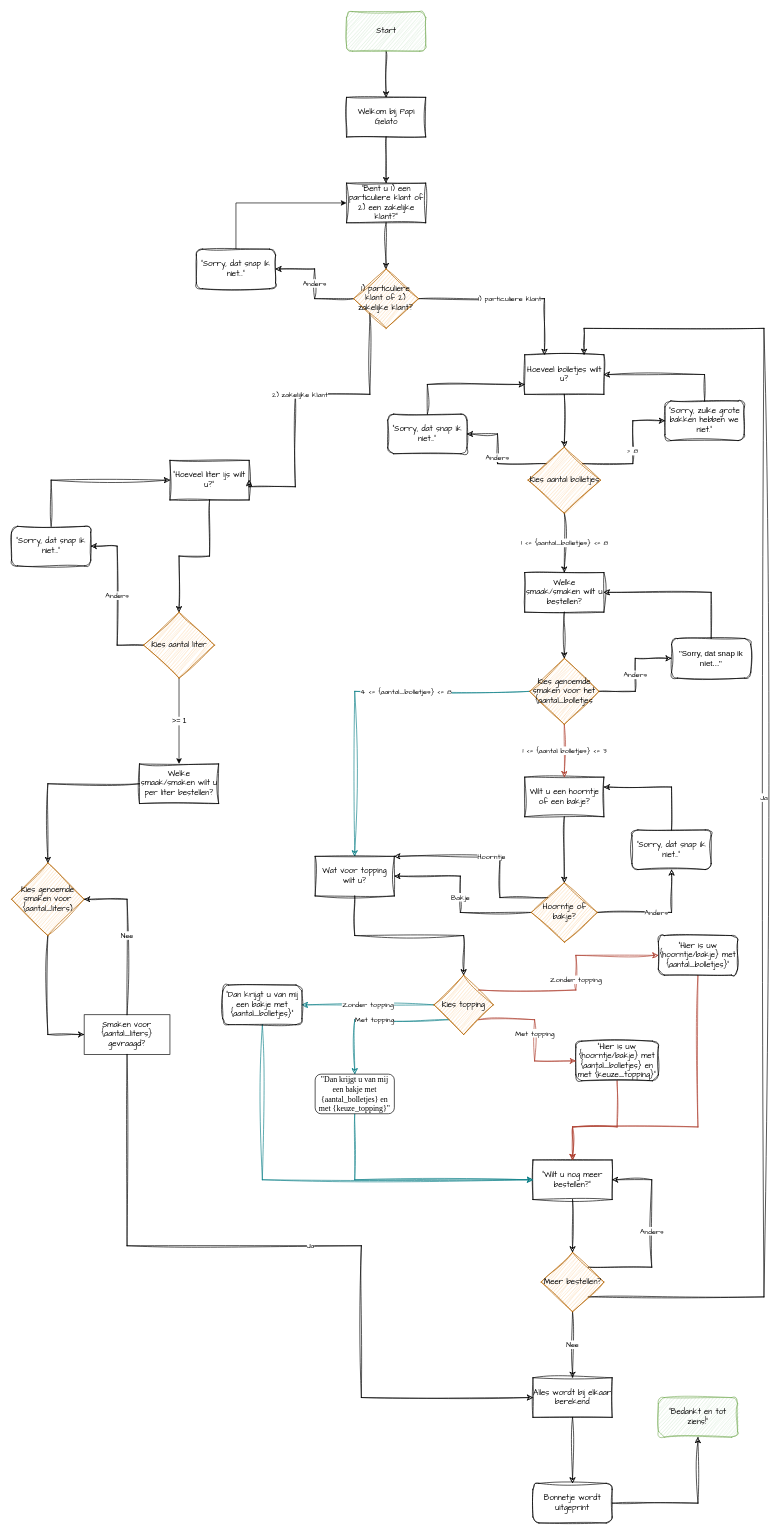
The draw.io diagram module 3/Proef/Proef - Diagram.drawio in SummerDallison/leren-programmeren, before the edit. Source tidied: cells renumbered, new cells numbered last; positions are measured from the earlier drawing's top-left corner, leaving out a move shared by most shapes. Both pictures are drawn from the tidied source at 66%, with x=0, y=0 at pixel (11, 11).
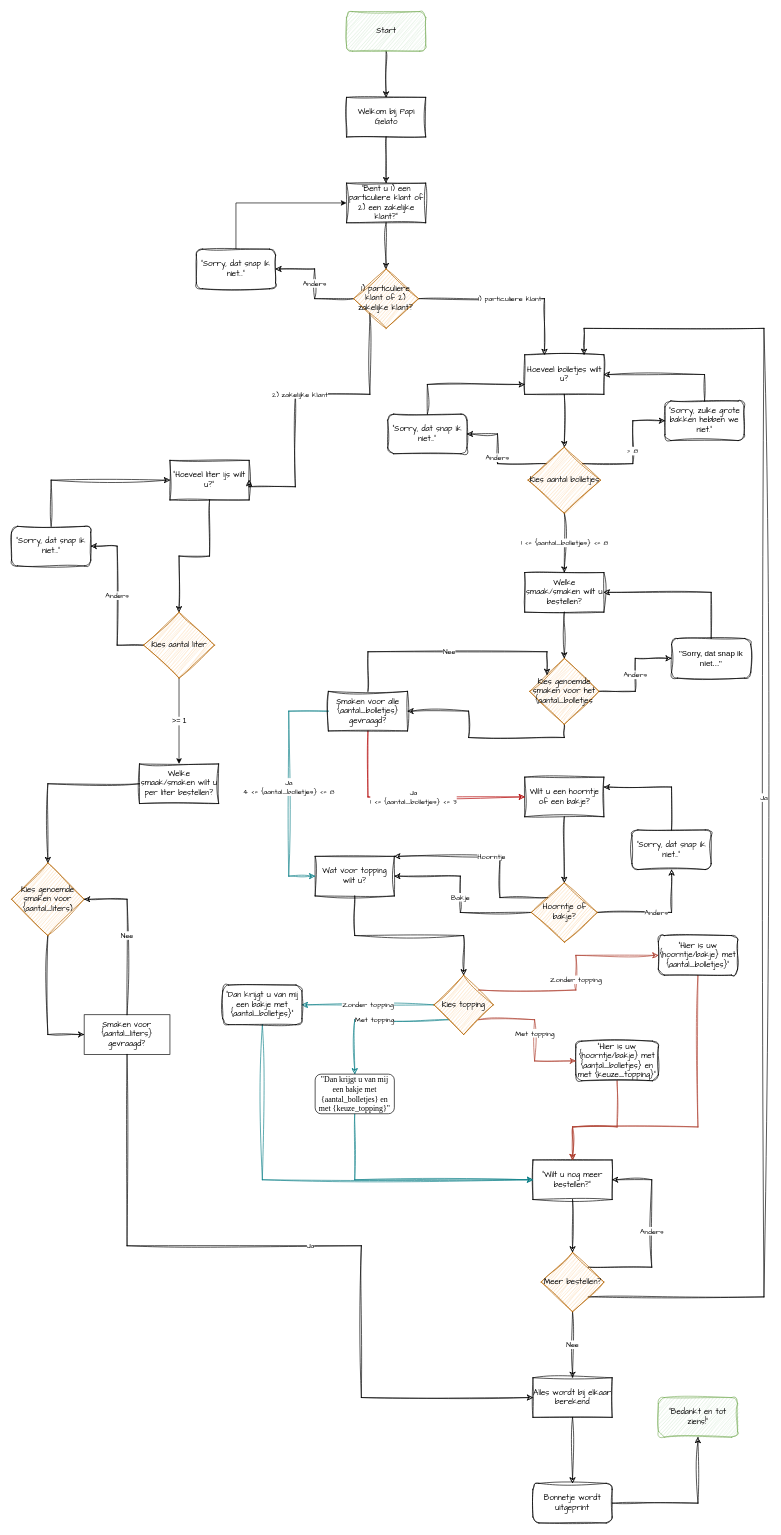
The same diagram, later.

Commit message:
Module 3, proef; Laatste wijzingen aan flowchart #1

The change refers to these unchanged cells:
```xml
<mxCell id="13" value="Wilt u een hoorntje of een bakje?" style="rounded=0;whiteSpace=wrap;html=1;fillColor=none;sketch=1;curveFitting=1;jiggle=2;fontFamily=Comic Sans MS;" parent="1" vertex="1">
  <mxGeometry x="777.5" y="1160" width="120" height="60" as="geometry" />
</mxCell>
<mxCell id="42" value="Kies genoemde smaken voor het {aantal_bolletjes" style="rhombus;whiteSpace=wrap;html=1;fillColor=#fad7ac;strokeColor=#b46504;sketch=1;curveFitting=1;jiggle=2;fontFamily=Comic Sans MS;" parent="1" vertex="1">
  <mxGeometry x="785" y="980" width="105" height="100" as="geometry" />
</mxCell>
<mxCell id="46" value="Wat voor topping wilt u?" style="rounded=0;whiteSpace=wrap;html=1;fillColor=none;sketch=1;curveFitting=1;jiggle=2;fontFamily=Comic Sans MS;" parent="1" vertex="1">
  <mxGeometry x="460" y="1280" width="120" height="60" as="geometry" />
</mxCell>
```

What changed in the source:
```diff
@@
-    <mxCell id="39" value="1 &amp;lt;= {aantal bolletjes} &amp;lt;= 3" style="edgeStyle=orthogonalEdgeStyle;rounded=0;jettySize=auto;html=1;exitX=0.5;exitY=1;exitDx=0;exitDy=0;entryX=0.5;entryY=0;entryDx=0;entryDy=0;fillColor=#fad9d5;strokeColor=#ae4132;align=center;fontFamily=Comic Sans MS;sketch=1;curveFitting=1;jiggle=2;" parent="1" edge="1" source="42" target="13">
-      <mxGeometry relative="1" as="geometry" />
-    </mxCell>
@@
-    <mxCell id="41" value="4 &amp;lt;= {aantal_bolletjes} &amp;lt;= 8" style="edgeStyle=orthogonalEdgeStyle;rounded=0;jettySize=auto;html=1;exitX=0;exitY=0.5;exitDx=0;exitDy=0;entryX=0.5;entryY=0;entryDx=0;entryDy=0;fillColor=#b0e3e6;strokeColor=#0e8088;fontFamily=Comic Sans MS;sketch=1;curveFitting=1;jiggle=2;align=left;" parent="1" edge="1" source="42" target="46">
-      <mxGeometry relative="1" as="geometry" />
-    </mxCell>
+    <mxCell id="80" style="edgeStyle=orthogonalEdgeStyle;rounded=0;jettySize=auto;html=1;exitX=0.5;exitY=1;exitDx=0;exitDy=0;entryX=1;entryY=0.5;entryDx=0;entryDy=0;sketch=1;curveFitting=1;jiggle=2;" parent="1" edge="1" source="42" target="84">
+      <mxGeometry relative="1" as="geometry" />
+    </mxCell>
@@
+    <mxCell id="81" value="Ja&lt;div&gt;1 &amp;lt;= {aantal_bolletjes} &amp;lt;= 3&lt;/div&gt;" style="edgeStyle=orthogonalEdgeStyle;rounded=0;jettySize=auto;html=1;exitX=0.5;exitY=1;exitDx=0;exitDy=0;entryX=0;entryY=0.5;entryDx=0;entryDy=0;fillColor=#e51400;strokeColor=#B20000;sketch=1;curveFitting=1;jiggle=2;fontFamily=Comic Sans MS;" parent="1" edge="1" source="84" target="13">
+      <mxGeometry relative="1" as="geometry">
+        <Array as="points">
+          <mxPoint x="540" y="1190" />
+        </Array>
+      </mxGeometry>
+    </mxCell>
+    <mxCell id="82" value="Ja&lt;div&gt;4 &amp;lt;= {aantal_bolletjes} &amp;lt;= 8&lt;/div&gt;" style="edgeStyle=orthogonalEdgeStyle;rounded=0;jettySize=auto;html=1;exitX=0;exitY=0.5;exitDx=0;exitDy=0;entryX=0;entryY=0.5;entryDx=0;entryDy=0;fontFamily=Comic Sans MS;sketch=1;curveFitting=1;jiggle=2;fillColor=#647687;strokeColor=light-dark(#0e8088, #a9b8c7);" parent="1" edge="1" source="84" target="46">
+      <mxGeometry relative="1" as="geometry">
+        <Array as="points">
+          <mxPoint x="420" y="1060" />
+          <mxPoint x="420" y="1310" />
+        </Array>
+      </mxGeometry>
+    </mxCell>
+    <mxCell id="83" value="Nee" style="edgeStyle=orthogonalEdgeStyle;rounded=0;jettySize=auto;html=1;exitX=0.5;exitY=0;exitDx=0;exitDy=0;entryX=0;entryY=0;entryDx=0;entryDy=0;sketch=1;curveFitting=1;jiggle=2;fontFamily=Comic Sans MS;" parent="1" edge="1" source="84" target="42">
+      <mxGeometry relative="1" as="geometry">
+        <Array as="points">
+          <mxPoint x="540" y="970" />
+          <mxPoint x="811" y="970" />
+        </Array>
+      </mxGeometry>
+    </mxCell>
+    <mxCell id="84" value="Smaken voor alle {aantal_bolletjes} gevraagd?" style="rounded=0;whiteSpace=wrap;html=1;fillColor=none;sketch=1;curveFitting=1;jiggle=2;fontStyle=0;fontFamily=Comic Sans MS;" parent="1" vertex="1">
+      <mxGeometry x="480" y="1030" width="120" height="60" as="geometry" />
+    </mxCell>
```
